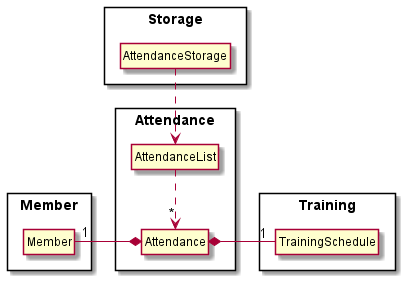
nus-cs2113-AY2122S1/tp keeps this PlantUML diagram as docs/images/AttendanceComponent.png. Above is the earlier version. The source it was exported from:
```plantuml
@startuml

Package Attendance <<Rectangle>> {
Class Attendance
Class AttendanceList
}

Package Member <<Rectangle>> {
Class Member
}

Package Training <<Rectangle>> {
Class TrainingSchedule
}

Package Storage <<Rectangle>> {
Class AttendanceStorage
}

AttendanceStorage ..> AttendanceList
AttendanceList ..> "*" Attendance
Attendance *-left- "1" Member
Attendance *-right- "1" TrainingSchedule

hide members
hide circle
@enduml
```
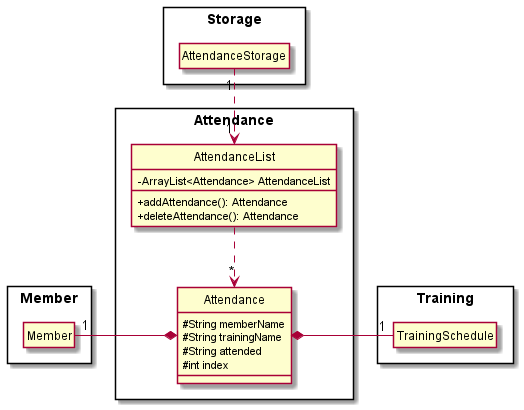
Later version of the same file.

Change to the diagram source:
```diff
@@ -1,4 +1,5 @@
 @startuml
+skinparam classAttributeIconSize 0
 
 Package Attendance <<Rectangle>> {
 Class Attendance
@@ -7,21 +8,36 @@
 
 Package Member <<Rectangle>> {
 Class Member
+hide member
 }
 
 Package Training <<Rectangle>> {
 Class TrainingSchedule
+hide member
 }
 
 Package Storage <<Rectangle>> {
 Class AttendanceStorage
+hide member
 }
 
-AttendanceStorage ..> AttendanceList
+Class Attendance {
+# String memberName
+# String trainingName
+# String attended
+# int index
+}
+
+Class AttendanceList {
+-ArrayList<Attendance> AttendanceList
++addAttendance(): Attendance
++deleteAttendance(): Attendance
+}
+
+AttendanceStorage "1"..>"1" AttendanceList
 AttendanceList ..> "*" Attendance
 Attendance *-left- "1" Member
 Attendance *-right- "1" TrainingSchedule
 
-hide members
 hide circle
 @enduml
```
